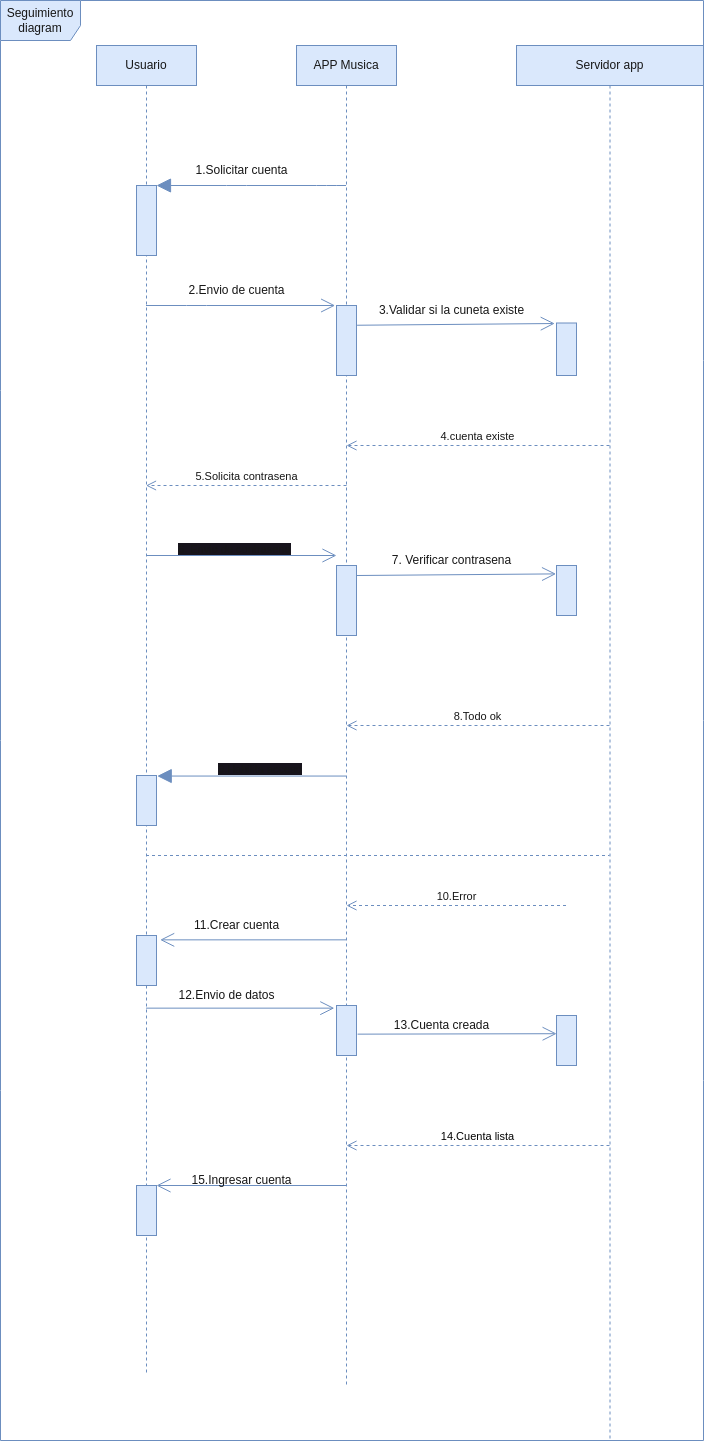
JVC0/ETS keeps this draw.io diagram as Casos de secuencia/Ejemplo2/Secuencia2.drawio.png. Above is the earlier version. Source tidied: cells renumbered, new cells last; positions are measured from the earlier drawing's top-left corner, leaving out a move shared by most shapes.
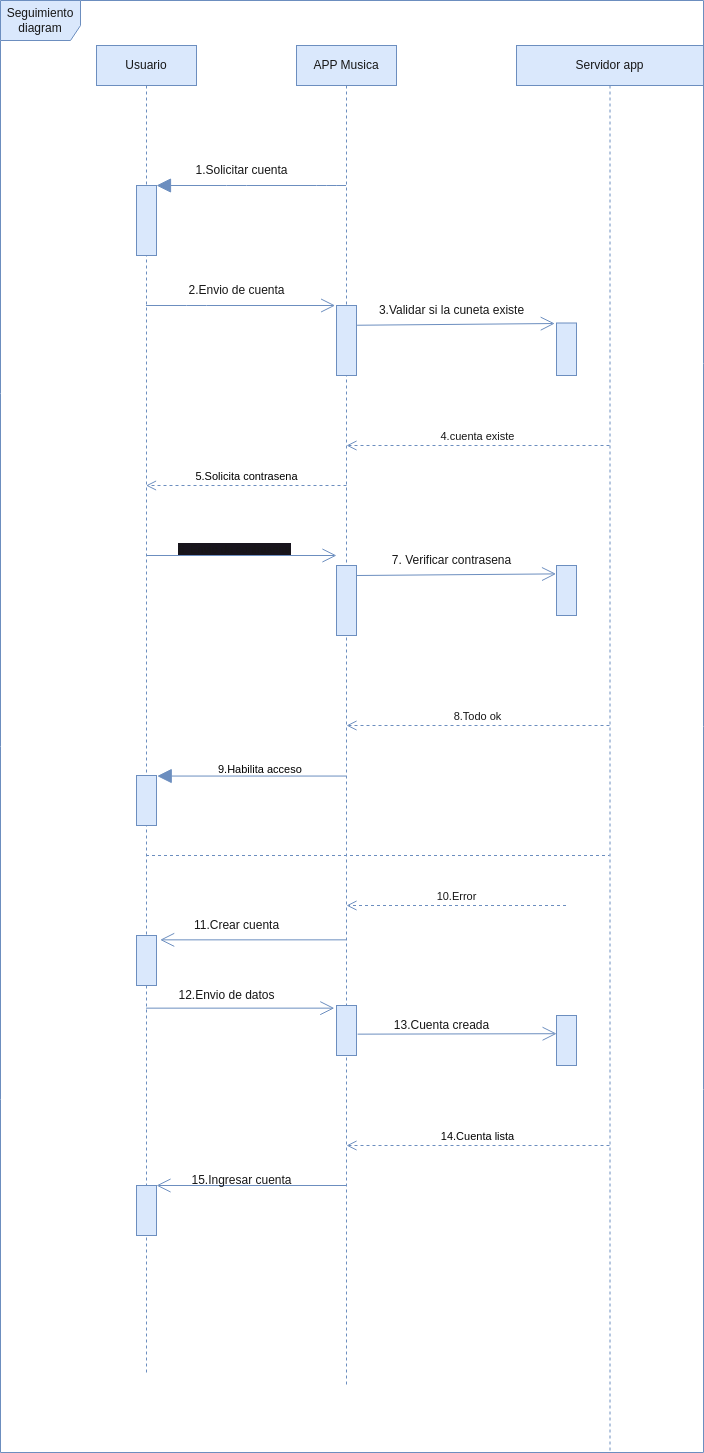
The same file after the commit.

The edit, as a diff of the source:
```diff
@@ -13,7 +13,7 @@
         <mxPoint x="50" y="400" as="targetPoint" />
       </mxGeometry>
     </mxCell>
-    <mxCell id="5" value="5.Solicita contrasena" style="html=1;verticalAlign=bottom;endArrow=open;dashed=1;endSize=8;fillColor=#dae8fc;strokeColor=#6c8ebf;fontStyle=0;fontColor=#171717;" parent="2" edge="1" target="15">
+    <mxCell id="5" value="&lt;font color=&quot;#000000&quot;&gt;5.Solicita contrasena&lt;/font&gt;" style="html=1;verticalAlign=bottom;endArrow=open;dashed=1;endSize=8;fillColor=#dae8fc;strokeColor=#6c8ebf;fontStyle=0;fontColor=#171717;" parent="2" edge="1" target="15">
       <mxGeometry relative="1" as="geometry">
         <mxPoint x="50" y="440" as="sourcePoint" />
       </mxGeometry>
@@ -35,7 +35,7 @@
       </mxGeometry>
     </mxCell>
     <mxCell id="10" value="Servidor app" style="shape=umlLifeline;perimeter=lifelinePerimeter;whiteSpace=wrap;html=1;outlineConnect=0;fillColor=#dae8fc;strokeColor=#6c8ebf;fontStyle=0;fontColor=#171717;" parent="1" vertex="1">
-      <mxGeometry x="516" y="45" width="187" height="1395" as="geometry" />
+      <mxGeometry x="516" y="45" width="187" height="1407" as="geometry" />
     </mxCell>
     <mxCell id="11" style="html=1;points=[];perimeter=orthogonalPerimeter;fillColor=#dae8fc;strokeColor=#6c8ebf;fontStyle=0;fontColor=#171717;" parent="10" vertex="1">
       <mxGeometry x="40" y="277.5" width="20" height="52.5" as="geometry" />
@@ -47,7 +47,7 @@
       <mxGeometry x="40" y="970" width="20" height="50" as="geometry" />
     </mxCell>
     <mxCell id="14" value="Seguimiento diagram" style="shape=umlFrame;whiteSpace=wrap;html=1;width=80;height=40;fillColor=#dae8fc;strokeColor=#6c8ebf;fontStyle=0;fontColor=#171717;" parent="10" vertex="1">
-      <mxGeometry x="-516" y="-45" width="703" height="1440" as="geometry" />
+      <mxGeometry x="-516" y="-45" width="703" height="1452" as="geometry" />
     </mxCell>
     <mxCell id="15" value="Usuario" style="shape=umlLifeline;perimeter=lifelinePerimeter;whiteSpace=wrap;html=1;outlineConnect=0;fillColor=#dae8fc;strokeColor=#6c8ebf;fontStyle=0;fontColor=#171717;" parent="1" vertex="1">
       <mxGeometry x="96" y="45" width="100" height="1330" as="geometry" />
@@ -112,7 +112,7 @@
     <mxCell id="30" style="endArrow=block;endFill=1;endSize=12;html=1;entryX=1.036;entryY=0.011;entryDx=0;entryDy=0;entryPerimeter=0;fillColor=#dae8fc;strokeColor=#6c8ebf;fontStyle=0;fontColor=#171717;" parent="1" edge="1" source="2" target="17">
       <mxGeometry relative="1" as="geometry" />
     </mxCell>
-    <mxCell id="31" value="&lt;span style=&quot;font-family: Helvetica; font-size: 11px; font-style: normal; font-variant-ligatures: normal; font-variant-caps: normal; letter-spacing: normal; orphans: 2; text-align: center; text-indent: 0px; text-transform: none; widows: 2; word-spacing: 0px; -webkit-text-stroke-width: 0px; background-color: rgb(24, 20, 29); text-decoration-thickness: initial; text-decoration-style: initial; text-decoration-color: initial; float: none; display: inline !important;&quot;&gt;9.Habilita acceso&lt;/span&gt;" style="text;whiteSpace=wrap;html=1;fillColor=none;strokeColor=none;fontStyle=0;fontColor=#171717;" parent="1" vertex="1">
+    <mxCell id="31" value="&lt;span style=&quot;font-family: Helvetica; font-size: 11px; font-style: normal; font-variant-ligatures: normal; font-variant-caps: normal; letter-spacing: normal; orphans: 2; text-align: center; text-indent: 0px; text-transform: none; widows: 2; word-spacing: 0px; -webkit-text-stroke-width: 0px; text-decoration-thickness: initial; text-decoration-style: initial; text-decoration-color: initial; float: none; display: inline !important;&quot;&gt;&lt;font color=&quot;#000000&quot;&gt;9.Habilita acceso&lt;/font&gt;&lt;/span&gt;" style="text;whiteSpace=wrap;html=1;fillColor=none;strokeColor=none;fontStyle=0;fontColor=default;" parent="1" vertex="1">
       <mxGeometry x="216" y="755" width="90" height="20" as="geometry" />
     </mxCell>
     <mxCell id="32" style="endArrow=none;dashed=1;html=1;fillColor=#dae8fc;strokeColor=#6c8ebf;fontStyle=0;fontColor=#171717;" parent="1" edge="1" source="15" target="10">
```
